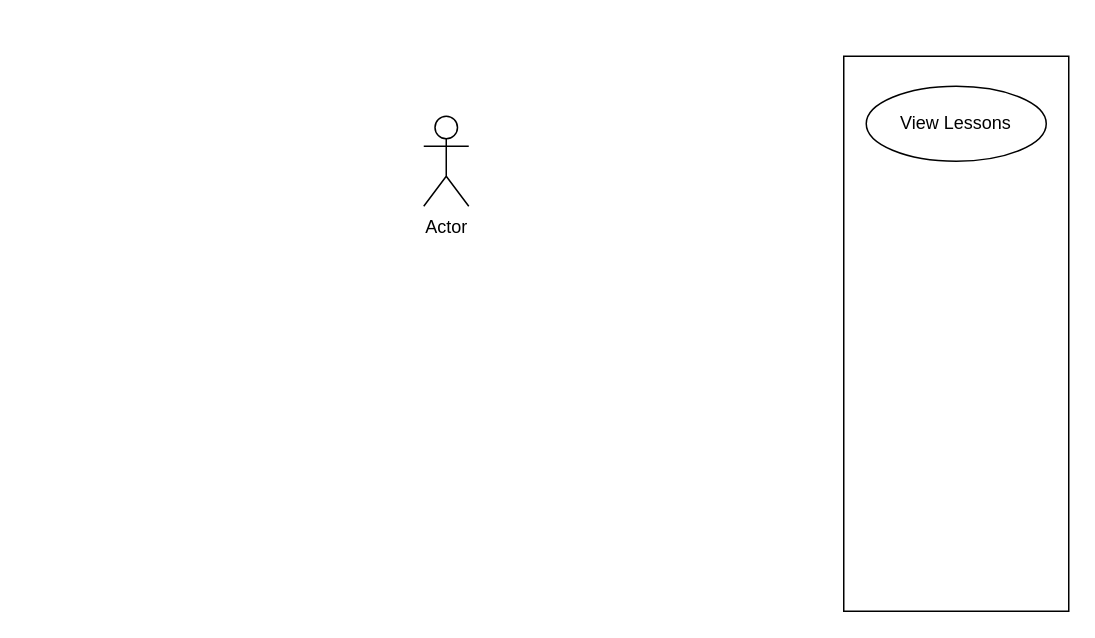
This is page "UC Lession" (3 of 4) of Architecture_Document.drawio from ziaul-farooqui/regulatoryu, a draw.io file, before an edit. Source tidied: cells renumbered, new cells numbered last; positions are measured from the earlier drawing's top-left corner, leaving out a move shared by most shapes. Both pictures are drawn from the tidied source at 150%, with x=0, y=0 at pixel (423, 56).
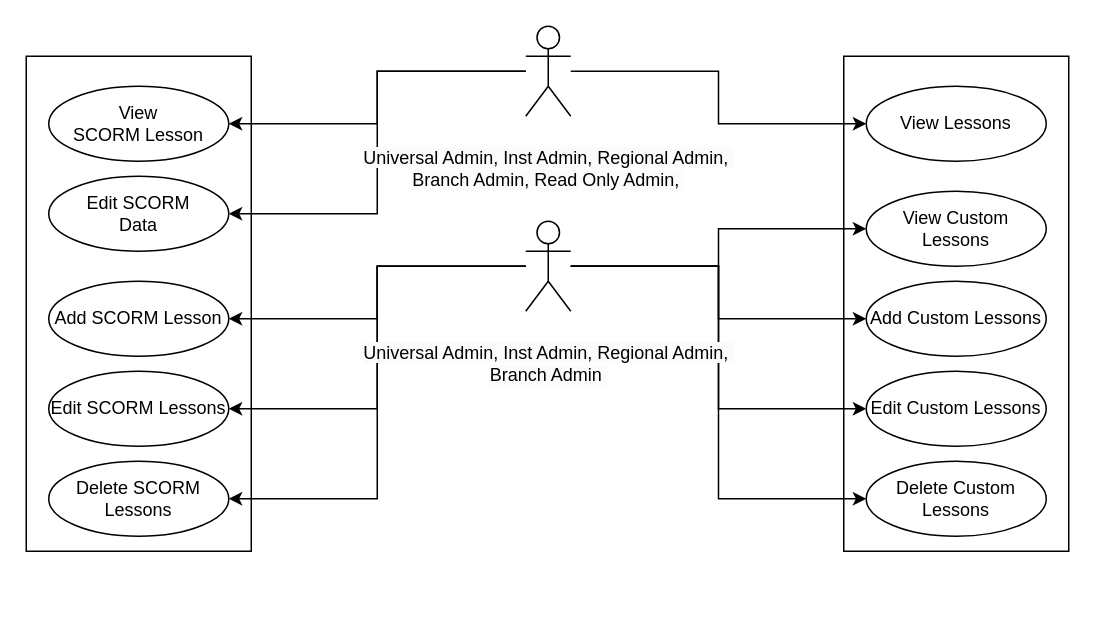
Above is the later version.

The change refers to these unchanged cells:
```xml
<mxCell id="3" value="View Lessons" style="ellipse;whiteSpace=wrap;html=1;" parent="1" vertex="1">
  <mxGeometry x="295" y="20" width="120" height="50" as="geometry" />
</mxCell>
```

The edit, as a diff of the source:
```diff
@@
+    <mxCell id="5" style="rounded=0;whiteSpace=wrap;html=1;" parent="1" vertex="1">
+      <mxGeometry x="-265" width="150" height="330" as="geometry" />
+    </mxCell>
     <mxCell id="2" style="rounded=0;whiteSpace=wrap;html=1;" parent="1" vertex="1">
-      <mxGeometry x="280" width="150" height="370" as="geometry" />
+      <mxGeometry x="280" width="150" height="330" as="geometry" />
     </mxCell>
@@
+    <mxCell id="6" style="edgeStyle=orthogonalEdgeStyle;rounded=0;jettySize=auto;html=1;entryX=0;entryY=0.5;entryDx=0;entryDy=0;" parent="1" edge="1" source="4" target="3">
+      <mxGeometry relative="1" as="geometry" />
+    </mxCell>
+    <mxCell id="7" style="edgeStyle=orthogonalEdgeStyle;rounded=0;jettySize=auto;html=1;entryX=1;entryY=0.5;entryDx=0;entryDy=0;" parent="1" edge="1" source="4" target="21">
+      <mxGeometry relative="1" as="geometry" />
+    </mxCell>
+    <mxCell id="8" style="edgeStyle=orthogonalEdgeStyle;rounded=0;jettySize=auto;html=1;entryX=1;entryY=0.5;entryDx=0;entryDy=0;" parent="1" edge="1" source="4" target="22">
+      <mxGeometry relative="1" as="geometry" />
+    </mxCell>
-    <mxCell id="4" value="Actor" style="shape=umlActor;verticalLabelPosition=bottom;verticalAlign=top;html=1;outlineConnect=0;" parent="1" vertex="1">
-      <mxGeometry y="40" width="30" height="60" as="geometry" />
+    <mxCell id="4" value="&lt;br&gt;&lt;span style=&quot;color: rgb(0, 0, 0); font-family: Helvetica; font-size: 12px; font-style: normal; font-variant-ligatures: normal; font-variant-caps: normal; font-weight: 400; letter-spacing: normal; orphans: 2; text-align: center; text-indent: 0px; text-transform: none; widows: 2; word-spacing: 0px; -webkit-text-stroke-width: 0px; white-space: nowrap; background-color: rgb(251, 251, 251); text-decoration-thickness: initial; text-decoration-style: initial; text-decoration-color: initial; display: inline !important; float: none;&quot;&gt;Universal Admin, Inst Admin, Regional Admin,&amp;nbsp;&lt;/span&gt;&lt;div&gt;&lt;span style=&quot;color: rgb(0, 0, 0); font-family: Helvetica; font-size: 12px; font-style: normal; font-variant-ligatures: normal; font-variant-caps: normal; font-weight: 400; letter-spacing: normal; orphans: 2; text-align: center; text-indent: 0px; text-transform: none; widows: 2; word-spacing: 0px; -webkit-text-stroke-width: 0px; white-space: nowrap; background-color: rgb(251, 251, 251); text-decoration-thickness: initial; text-decoration-style: initial; text-decoration-color: initial; display: inline !important; float: none;&quot;&gt;Branch Admin,&amp;nbsp;&lt;/span&gt;&lt;span style=&quot;color: rgb(0, 0, 0); font-family: Helvetica; font-size: 12px; font-style: normal; font-variant-ligatures: normal; font-variant-caps: normal; font-weight: 400; letter-spacing: normal; orphans: 2; text-align: center; text-indent: 0px; text-transform: none; widows: 2; word-spacing: 0px; -webkit-text-stroke-width: 0px; white-space: nowrap; background-color: rgb(251, 251, 251); text-decoration-thickness: initial; text-decoration-style: initial; text-decoration-color: initial; display: inline !important; float: none;&quot;&gt;Read Only Admin,&amp;nbsp;&lt;/span&gt;&lt;div&gt;&lt;br&gt;&lt;/div&gt;&lt;/div&gt;" style="shape=umlActor;verticalLabelPosition=bottom;verticalAlign=top;html=1;outlineConnect=0;" parent="1" vertex="1">
+      <mxGeometry x="68" y="-20" width="30" height="60" as="geometry" />
     </mxCell>
+    <mxCell id="9" value="View Custom Lessons" style="ellipse;whiteSpace=wrap;html=1;" parent="1" vertex="1">
+      <mxGeometry x="295" y="90" width="120" height="50" as="geometry" />
+    </mxCell>
+    <mxCell id="10" style="edgeStyle=orthogonalEdgeStyle;rounded=0;jettySize=auto;html=1;" parent="1" edge="1" source="17" target="9">
+      <mxGeometry relative="1" as="geometry" />
+    </mxCell>
+    <mxCell id="11" style="edgeStyle=orthogonalEdgeStyle;rounded=0;jettySize=auto;html=1;entryX=0;entryY=0.5;entryDx=0;entryDy=0;" parent="1" edge="1" source="17" target="18">
+      <mxGeometry relative="1" as="geometry" />
+    </mxCell>
+    <mxCell id="12" style="edgeStyle=orthogonalEdgeStyle;rounded=0;jettySize=auto;html=1;entryX=0;entryY=0.5;entryDx=0;entryDy=0;" parent="1" edge="1" source="17" target="19">
+      <mxGeometry relative="1" as="geometry" />
+    </mxCell>
+    <mxCell id="13" style="edgeStyle=orthogonalEdgeStyle;rounded=0;jettySize=auto;html=1;entryX=0;entryY=0.5;entryDx=0;entryDy=0;" parent="1" edge="1" source="17" target="20">
+      <mxGeometry relative="1" as="geometry" />
+    </mxCell>
+    <mxCell id="14" style="edgeStyle=orthogonalEdgeStyle;rounded=0;jettySize=auto;html=1;entryX=1;entryY=0.5;entryDx=0;entryDy=0;" parent="1" edge="1" source="17" target="25">
+      <mxGeometry relative="1" as="geometry" />
+    </mxCell>
+    <mxCell id="15" style="edgeStyle=orthogonalEdgeStyle;rounded=0;jettySize=auto;html=1;entryX=1;entryY=0.5;entryDx=0;entryDy=0;" parent="1" edge="1" source="17" target="23">
+      <mxGeometry relative="1" as="geometry" />
+    </mxCell>
+    <mxCell id="16" style="edgeStyle=orthogonalEdgeStyle;rounded=0;jettySize=auto;html=1;entryX=1;entryY=0.5;entryDx=0;entryDy=0;" parent="1" edge="1" source="17" target="24">
+      <mxGeometry relative="1" as="geometry" />
+    </mxCell>
+    <mxCell id="17" value="&lt;br&gt;&lt;span style=&quot;color: rgb(0, 0, 0); font-family: Helvetica; font-size: 12px; font-style: normal; font-variant-ligatures: normal; font-variant-caps: normal; font-weight: 400; letter-spacing: normal; orphans: 2; text-align: center; text-indent: 0px; text-transform: none; widows: 2; word-spacing: 0px; -webkit-text-stroke-width: 0px; white-space: nowrap; background-color: rgb(251, 251, 251); text-decoration-thickness: initial; text-decoration-style: initial; text-decoration-color: initial; display: inline !important; float: none;&quot;&gt;Universal Admin, Inst Admin, Regional Admin,&amp;nbsp;&lt;/span&gt;&lt;div&gt;&lt;span style=&quot;color: rgb(0, 0, 0); font-family: Helvetica; font-size: 12px; font-style: normal; font-variant-ligatures: normal; font-variant-caps: normal; font-weight: 400; letter-spacing: normal; orphans: 2; text-align: center; text-indent: 0px; text-transform: none; widows: 2; word-spacing: 0px; -webkit-text-stroke-width: 0px; white-space: nowrap; background-color: rgb(251, 251, 251); text-decoration-thickness: initial; text-decoration-style: initial; text-decoration-color: initial; display: inline !important; float: none;&quot;&gt;Branch Admin&lt;/span&gt;&lt;span style=&quot;color: rgb(0, 0, 0); font-family: Helvetica; font-size: 12px; font-style: normal; font-variant-ligatures: normal; font-variant-caps: normal; font-weight: 400; letter-spacing: normal; orphans: 2; text-align: center; text-indent: 0px; text-transform: none; widows: 2; word-spacing: 0px; -webkit-text-stroke-width: 0px; white-space: nowrap; background-color: rgb(251, 251, 251); text-decoration-thickness: initial; text-decoration-style: initial; text-decoration-color: initial; display: inline !important; float: none;&quot;&gt;&amp;nbsp;&lt;/span&gt;&lt;div&gt;&lt;br&gt;&lt;/div&gt;&lt;/div&gt;" style="shape=umlActor;verticalLabelPosition=bottom;verticalAlign=top;html=1;outlineConnect=0;" parent="1" vertex="1">
+      <mxGeometry x="68" y="110" width="30" height="60" as="geometry" />
+    </mxCell>
+    <mxCell id="18" value="Edit Custom Lessons" style="ellipse;whiteSpace=wrap;html=1;" parent="1" vertex="1">
+      <mxGeometry x="295" y="210" width="120" height="50" as="geometry" />
+    </mxCell>
+    <mxCell id="19" value="Delete Custom Lessons" style="ellipse;whiteSpace=wrap;html=1;" parent="1" vertex="1">
+      <mxGeometry x="295" y="270" width="120" height="50" as="geometry" />
+    </mxCell>
+    <mxCell id="20" value="Add Custom Lessons" style="ellipse;whiteSpace=wrap;html=1;" parent="1" vertex="1">
+      <mxGeometry x="295" y="150" width="120" height="50" as="geometry" />
+    </mxCell>
+    <mxCell id="21" value="View &lt;br&gt;SCORM Lesson" style="ellipse;whiteSpace=wrap;html=1;" parent="1" vertex="1">
+      <mxGeometry x="-250" y="20" width="120" height="50" as="geometry" />
+    </mxCell>
+    <mxCell id="22" value="Edit SCORM&lt;br&gt;Data" style="ellipse;whiteSpace=wrap;html=1;" parent="1" vertex="1">
+      <mxGeometry x="-250" y="80" width="120" height="50" as="geometry" />
+    </mxCell>
+    <mxCell id="23" value="Edit SCORM Lessons" style="ellipse;whiteSpace=wrap;html=1;" parent="1" vertex="1">
+      <mxGeometry x="-250" y="210" width="120" height="50" as="geometry" />
+    </mxCell>
+    <mxCell id="24" value="Delete SCORM Lessons" style="ellipse;whiteSpace=wrap;html=1;" parent="1" vertex="1">
+      <mxGeometry x="-250" y="270" width="120" height="50" as="geometry" />
+    </mxCell>
+    <mxCell id="25" value="Add SCORM Lesson" style="ellipse;whiteSpace=wrap;html=1;" parent="1" vertex="1">
+      <mxGeometry x="-250" y="150" width="120" height="50" as="geometry" />
+    </mxCell>
```
